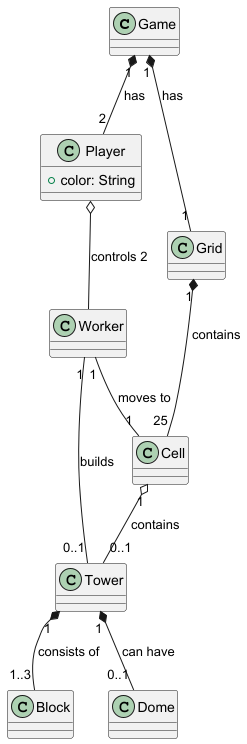
Before: hw2a/1-domain-model.png, a diagram exported from PlantUML (Elon-M08/hw2a).
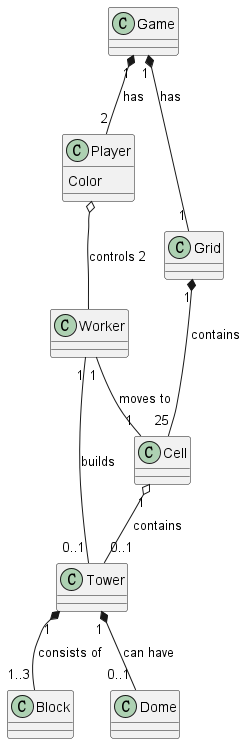
Later version of the same file.

Commit message:
update the domain model, system sequence diagram and contract acoording to feedback.

Diff of the diagram source:
```diff
@@ -3,7 +3,7 @@
 }
 
 class Player {
-    + color: String
+    Color
 }
 
 class Worker {
```
